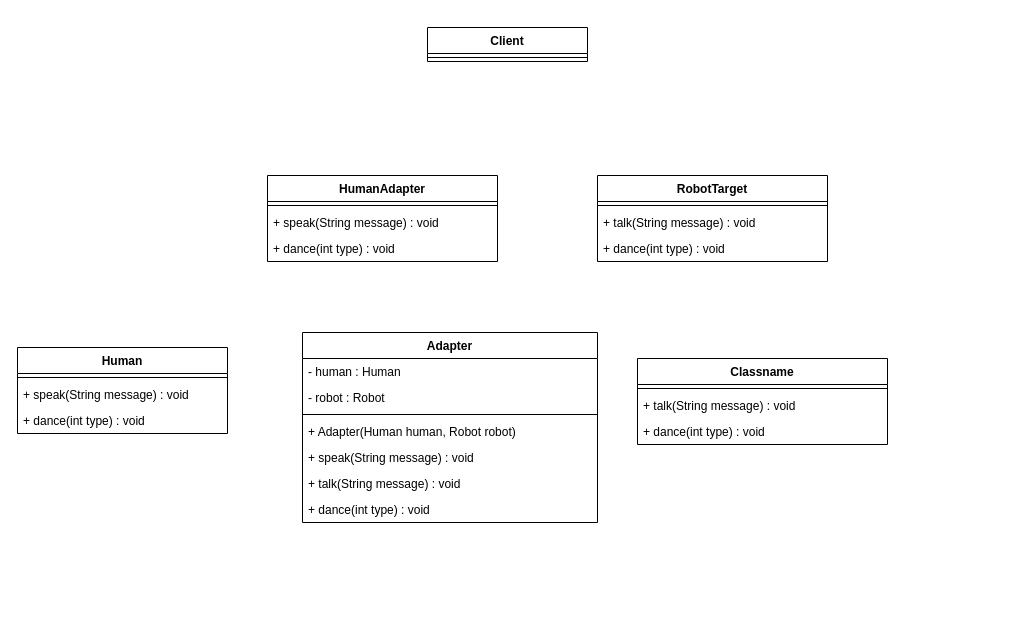
Before: 双向适配器.drawio in MyBozai/Java, a draw.io diagram. Source tidied: cells renumbered, new cells numbered last; positions are measured from the earlier drawing's top-left corner, leaving out a move shared by most shapes. Both pictures are drawn from the tidied source at 100%, with x=0, y=0 at pixel (17, 27).
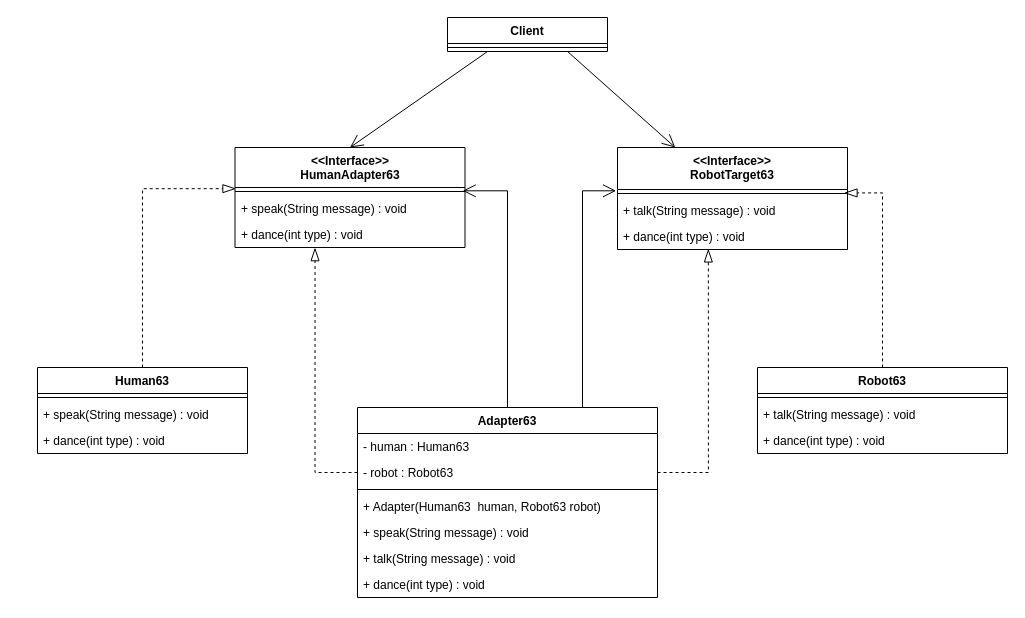
After the change.

Commit message (it also covers changes not shown here):
更新双向适配器.drawio

Change to the diagram source:
```diff
@@
+    <mxCell id="28" style="rounded=0;jettySize=auto;html=1;exitX=0.25;exitY=1;exitDx=0;exitDy=0;entryX=0.5;entryY=0;entryDx=0;entryDy=0;endArrow=open;endFill=0;endSize=11;" parent="1" edge="1" source="2" target="4">
+      <mxGeometry relative="1" as="geometry" />
+    </mxCell>
+    <mxCell id="29" style="rounded=0;jettySize=auto;html=1;exitX=0.75;exitY=1;exitDx=0;exitDy=0;endArrow=open;endFill=0;endSize=11;" parent="1" edge="1" source="2" target="8">
+      <mxGeometry relative="1" as="geometry" />
+    </mxCell>
     <mxCell id="2" value="Client" style="swimlane;fontStyle=1;align=center;verticalAlign=top;horizontal=1;startSize=26;whiteSpace=wrap;html=1;" parent="1" vertex="1">
-      <mxGeometry x="410" width="160" height="34" as="geometry" />
+      <mxGeometry x="430" y="-10" width="160" height="34" as="geometry" />
     </mxCell>
@@
-    <mxCell id="4" value="HumanAdapter" style="swimlane;fontStyle=1;align=center;verticalAlign=top;horizontal=1;startSize=26;whiteSpace=wrap;html=1;" parent="1" vertex="1">
-      <mxGeometry x="250" y="148" width="230" height="86" as="geometry" />
+    <mxCell id="4" value="&amp;lt;&amp;lt;Interface&amp;gt;&amp;gt;&lt;br&gt;HumanAdapter63" style="swimlane;fontStyle=1;align=center;verticalAlign=top;horizontal=1;startSize=40;whiteSpace=wrap;html=1;" parent="1" vertex="1">
+      <mxGeometry x="217.5" y="120" width="230" height="100" as="geometry" />
     </mxCell>
     <mxCell id="5" style="line;strokeWidth=1;fillColor=none;align=left;verticalAlign=middle;spacingTop=-1;spacingLeft=3;spacingRight=3;labelPosition=right;points=[];portConstraint=eastwest;strokeColor=inherit;" parent="4" vertex="1">
-      <mxGeometry y="26" width="230" height="8" as="geometry" />
+      <mxGeometry y="40" width="230" height="8" as="geometry" />
     </mxCell>
     <mxCell id="6" value="+ speak(String message) : void" style="text;strokeColor=none;fillColor=none;align=left;verticalAlign=top;spacingLeft=4;spacingRight=4;overflow=hidden;whiteSpace=wrap;html=1;" parent="4" vertex="1">
-      <mxGeometry y="34" width="230" height="26" as="geometry" />
+      <mxGeometry y="48" width="230" height="26" as="geometry" />
     </mxCell>
     <mxCell id="7" value="+ dance(int type) : void" style="text;strokeColor=none;fillColor=none;align=left;verticalAlign=top;spacingLeft=4;spacingRight=4;overflow=hidden;points=[[0,0.5],[1,0.5]];portConstraint=eastwest;whiteSpace=wrap;html=1;" parent="4" vertex="1">
-      <mxGeometry y="60" width="230" height="26" as="geometry" />
+      <mxGeometry y="74" width="230" height="26" as="geometry" />
     </mxCell>
-    <mxCell id="8" value="RobotTarget" style="swimlane;fontStyle=1;align=center;verticalAlign=top;horizontal=1;startSize=26;whiteSpace=wrap;html=1;" parent="1" vertex="1">
-      <mxGeometry x="580" y="148" width="230" height="86" as="geometry" />
+    <mxCell id="8" value="&amp;lt;&amp;lt;Interface&amp;gt;&amp;gt;&lt;br style=&quot;border-color: var(--border-color);&quot;&gt;RobotTarget63" style="swimlane;fontStyle=1;align=center;verticalAlign=top;horizontal=1;startSize=42;whiteSpace=wrap;html=1;" parent="1" vertex="1">
+      <mxGeometry x="600" y="120" width="230" height="102" as="geometry" />
     </mxCell>
     <mxCell id="9" style="line;strokeWidth=1;fillColor=none;align=left;verticalAlign=middle;spacingTop=-1;spacingLeft=3;spacingRight=3;labelPosition=right;points=[];portConstraint=eastwest;strokeColor=inherit;" parent="8" vertex="1">
-      <mxGeometry y="26" width="230" height="8" as="geometry" />
+      <mxGeometry y="42" width="230" height="8" as="geometry" />
     </mxCell>
     <mxCell id="10" value="+ talk(String message) : void" style="text;strokeColor=none;fillColor=none;align=left;verticalAlign=top;spacingLeft=4;spacingRight=4;overflow=hidden;whiteSpace=wrap;html=1;" parent="8" vertex="1">
-      <mxGeometry y="34" width="230" height="26" as="geometry" />
+      <mxGeometry y="50" width="230" height="26" as="geometry" />
     </mxCell>
     <mxCell id="11" value="+ dance(int type) : void" style="text;strokeColor=none;fillColor=none;align=left;verticalAlign=top;spacingLeft=4;spacingRight=4;overflow=hidden;points=[[0,0.5],[1,0.5]];portConstraint=eastwest;whiteSpace=wrap;html=1;" parent="8" vertex="1">
-      <mxGeometry y="60" width="230" height="26" as="geometry" />
+      <mxGeometry y="76" width="230" height="26" as="geometry" />
     </mxCell>
-    <mxCell id="12" value="Human" style="swimlane;fontStyle=1;align=center;verticalAlign=top;horizontal=1;startSize=26;whiteSpace=wrap;html=1;" parent="1" vertex="1">
-      <mxGeometry y="320" width="210" height="86" as="geometry" />
+    <mxCell id="12" value="Human63" style="swimlane;fontStyle=1;align=center;verticalAlign=top;horizontal=1;startSize=26;whiteSpace=wrap;html=1;" parent="1" vertex="1">
+      <mxGeometry x="20" y="340" width="210" height="86" as="geometry" />
     </mxCell>
@@
-    <mxCell id="16" value="Adapter" style="swimlane;fontStyle=1;align=center;verticalAlign=top;horizontal=1;startSize=26;whiteSpace=wrap;html=1;" parent="1" vertex="1">
-      <mxGeometry x="285" y="305" width="295" height="190" as="geometry" />
+    <mxCell id="16" value="Adapter63" style="swimlane;fontStyle=1;align=center;verticalAlign=top;horizontal=1;startSize=26;whiteSpace=wrap;html=1;" parent="1" vertex="1">
+      <mxGeometry x="340" y="380" width="300" height="190" as="geometry" />
     </mxCell>
-    <mxCell id="17" value="- human : Human" style="text;strokeColor=none;fillColor=none;align=left;verticalAlign=top;spacingLeft=4;spacingRight=4;overflow=hidden;whiteSpace=wrap;html=1;" parent="16" vertex="1">
-      <mxGeometry y="26" width="295" height="26" as="geometry" />
+    <mxCell id="17" value="- human : Human63" style="text;strokeColor=none;fillColor=none;align=left;verticalAlign=top;spacingLeft=4;spacingRight=4;overflow=hidden;whiteSpace=wrap;html=1;" parent="16" vertex="1">
+      <mxGeometry y="26" width="300" height="26" as="geometry" />
     </mxCell>
-    <mxCell id="18" value="- robot : Robot" style="text;strokeColor=none;fillColor=none;align=left;verticalAlign=top;spacingLeft=4;spacingRight=4;overflow=hidden;points=[[0,0.5],[1,0.5]];portConstraint=eastwest;whiteSpace=wrap;html=1;" parent="16" vertex="1">
-      <mxGeometry y="52" width="295" height="26" as="geometry" />
+    <mxCell id="18" value="- robot : Robot63" style="text;strokeColor=none;fillColor=none;align=left;verticalAlign=top;spacingLeft=4;spacingRight=4;overflow=hidden;points=[[0,0.5],[1,0.5]];portConstraint=eastwest;whiteSpace=wrap;html=1;" parent="16" vertex="1">
+      <mxGeometry y="52" width="300" height="26" as="geometry" />
     </mxCell>
     <mxCell id="19" style="line;strokeWidth=1;fillColor=none;align=left;verticalAlign=middle;spacingTop=-1;spacingLeft=3;spacingRight=3;labelPosition=right;strokeColor=inherit;" parent="16" vertex="1">
-      <mxGeometry y="78" width="295" height="8" as="geometry" />
+      <mxGeometry y="78" width="300" height="8" as="geometry" />
     </mxCell>
-    <mxCell id="20" value="+ Adapter(Human human, Robot robot)" style="text;strokeColor=none;fillColor=none;align=left;verticalAlign=top;spacingLeft=4;spacingRight=4;overflow=hidden;whiteSpace=wrap;html=1;" parent="16" vertex="1">
-      <mxGeometry y="86" width="295" height="26" as="geometry" />
+    <mxCell id="20" value="+ Adapter(Human63&amp;nbsp; human, Robot63&amp;nbsp;robot)" style="text;strokeColor=none;fillColor=none;align=left;verticalAlign=top;spacingLeft=4;spacingRight=4;overflow=hidden;whiteSpace=wrap;html=1;" parent="16" vertex="1">
+      <mxGeometry y="86" width="300" height="26" as="geometry" />
     </mxCell>
     <mxCell id="21" value="+ speak(String message) : void" style="text;strokeColor=none;fillColor=none;align=left;verticalAlign=top;spacingLeft=4;spacingRight=4;overflow=hidden;whiteSpace=wrap;html=1;" parent="16" vertex="1">
-      <mxGeometry y="112" width="295" height="26" as="geometry" />
+      <mxGeometry y="112" width="300" height="26" as="geometry" />
     </mxCell>
     <mxCell id="22" value="+ talk(String message) : void" style="text;strokeColor=none;fillColor=none;align=left;verticalAlign=top;spacingLeft=4;spacingRight=4;overflow=hidden;whiteSpace=wrap;html=1;" parent="16" vertex="1">
-      <mxGeometry y="138" width="295" height="26" as="geometry" />
+      <mxGeometry y="138" width="300" height="26" as="geometry" />
     </mxCell>
     <mxCell id="23" value="+ dance(int type) : void" style="text;strokeColor=none;fillColor=none;align=left;verticalAlign=top;spacingLeft=4;spacingRight=4;overflow=hidden;whiteSpace=wrap;html=1;" parent="16" vertex="1">
-      <mxGeometry y="164" width="295" height="26" as="geometry" />
+      <mxGeometry y="164" width="300" height="26" as="geometry" />
     </mxCell>
-    <mxCell id="24" value="Classname" style="swimlane;fontStyle=1;align=center;verticalAlign=top;horizontal=1;startSize=26;whiteSpace=wrap;html=1;" parent="1" vertex="1">
-      <mxGeometry x="620" y="331" width="250" height="86" as="geometry" />
+    <mxCell id="24" value="Robot63" style="swimlane;fontStyle=1;align=center;verticalAlign=top;horizontal=1;startSize=26;whiteSpace=wrap;html=1;" parent="1" vertex="1">
+      <mxGeometry x="740" y="340" width="250" height="86" as="geometry" />
     </mxCell>
@@
+    <mxCell id="30" style="rounded=0;jettySize=auto;html=1;exitX=1;exitY=0.5;exitDx=0;exitDy=0;entryX=0.395;entryY=0.978;entryDx=0;entryDy=0;entryPerimeter=0;startSize=11;endSize=11;dashed=1;endArrow=blockThin;endFill=0;edgeStyle=orthogonalEdgeStyle;" parent="1" edge="1" source="18" target="11">
+      <mxGeometry relative="1" as="geometry" />
+    </mxCell>
+    <mxCell id="31" style="edgeStyle=orthogonalEdgeStyle;rounded=0;jettySize=auto;html=1;exitX=0.5;exitY=0;exitDx=0;exitDy=0;entryX=0.99;entryY=0.413;entryDx=0;entryDy=0;entryPerimeter=0;endArrow=open;endFill=0;endSize=11;" parent="1" edge="1" source="16" target="5">
+      <mxGeometry relative="1" as="geometry" />
+    </mxCell>
+    <mxCell id="32" style="edgeStyle=orthogonalEdgeStyle;rounded=0;jettySize=auto;html=1;exitX=0.75;exitY=0;exitDx=0;exitDy=0;entryX=-0.006;entryY=0.163;entryDx=0;entryDy=0;entryPerimeter=0;endArrow=open;endFill=0;endSize=11;" parent="1" edge="1" source="16" target="9">
+      <mxGeometry relative="1" as="geometry" />
+    </mxCell>
+    <mxCell id="33" style="edgeStyle=orthogonalEdgeStyle;rounded=0;jettySize=auto;html=1;exitX=0.5;exitY=0;exitDx=0;exitDy=0;entryX=0.004;entryY=0.145;entryDx=0;entryDy=0;entryPerimeter=0;dashed=1;endArrow=blockThin;endFill=0;endSize=11;" parent="1" edge="1" source="12" target="5">
+      <mxGeometry relative="1" as="geometry" />
+    </mxCell>
+    <mxCell id="34" style="edgeStyle=orthogonalEdgeStyle;rounded=0;jettySize=auto;html=1;exitX=0.5;exitY=0;exitDx=0;exitDy=0;entryX=0.985;entryY=0.43;entryDx=0;entryDy=0;entryPerimeter=0;dashed=1;endArrow=blockThin;endFill=0;endSize=11;" parent="1" edge="1" source="24" target="9">
+      <mxGeometry relative="1" as="geometry" />
+    </mxCell>
+    <mxCell id="35" style="edgeStyle=orthogonalEdgeStyle;rounded=0;jettySize=auto;html=1;exitX=0;exitY=0.5;exitDx=0;exitDy=0;entryX=0.348;entryY=1.007;entryDx=0;entryDy=0;entryPerimeter=0;dashed=1;endArrow=blockThin;endFill=0;endSize=11;" parent="1" edge="1" source="18" target="7">
+      <mxGeometry relative="1" as="geometry" />
+    </mxCell>
```
